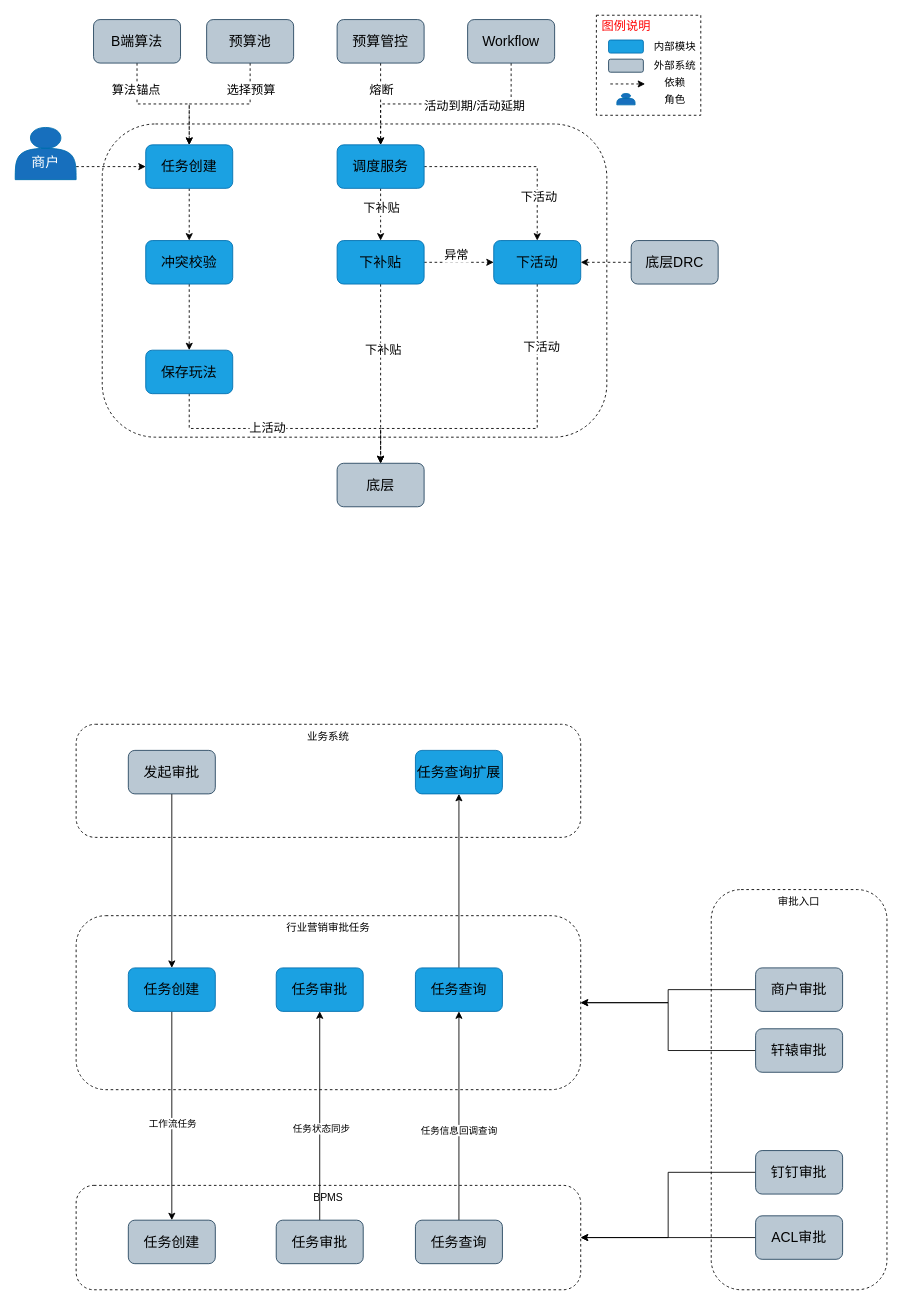
Earlier version of the draw.io diagram page "审批流应用架构" (2 of 4) of 阶梯爆红包架构方案.drawio (jon-kong/draw.io). Source tidied: cells renumbered, new cells numbered last; positions are measured from the earlier drawing's top-left corner, leaving out a move shared by most shapes. Both pictures are drawn from the tidied source at 87%, with x=0, y=0 at pixel (15, 15).
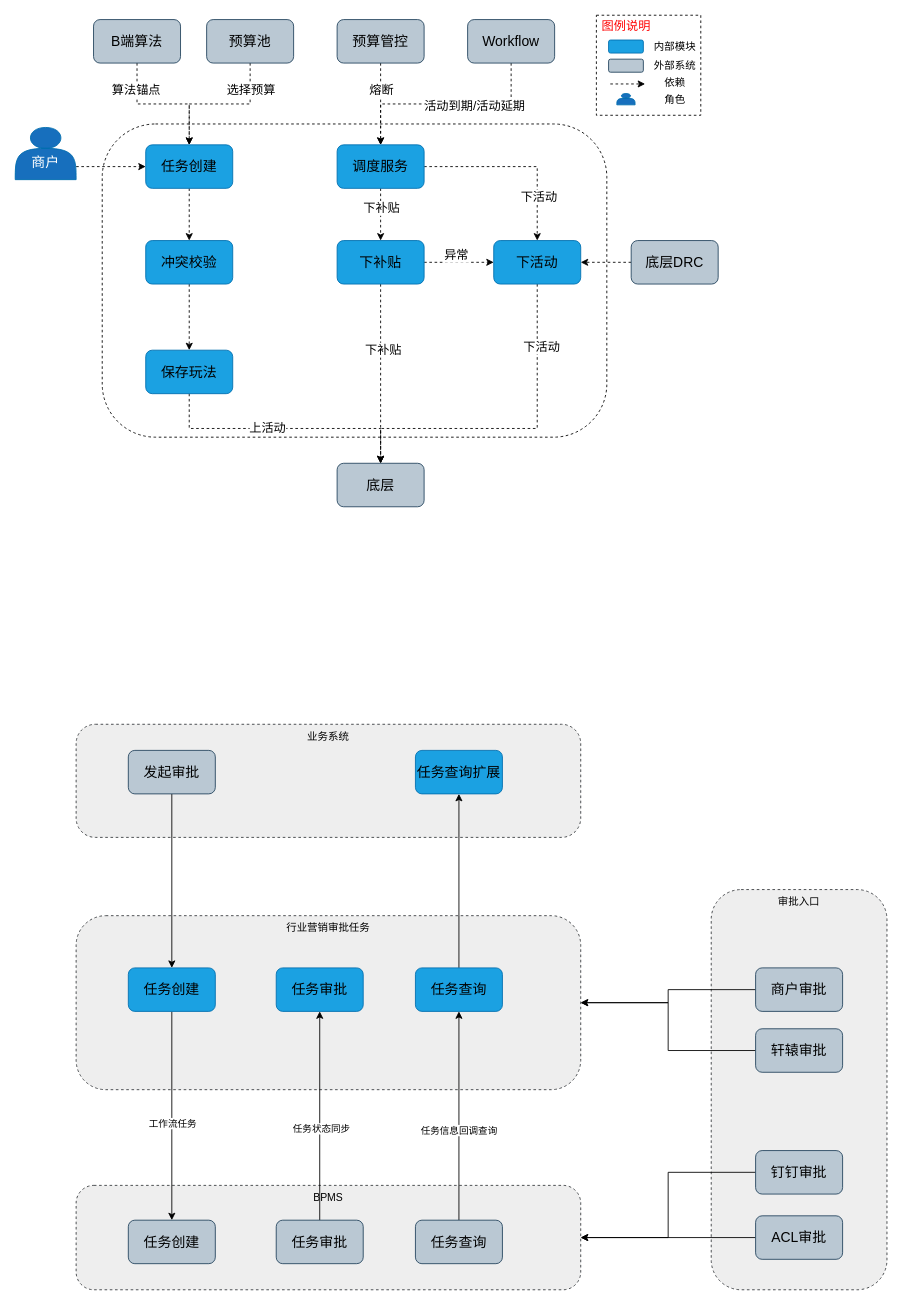
Above is the later version.

Commit message:
更新阶梯爆红包架构方案.drawio

What changed in the source:
```diff
@@
-    <mxCell id="2" value="BPMS" style="rounded=1;whiteSpace=wrap;html=1;dashed=1;arcSize=17;verticalAlign=top;" parent="1" vertex="1">
+    <mxCell id="2" value="BPMS" style="rounded=1;whiteSpace=wrap;html=1;dashed=1;arcSize=17;verticalAlign=top;fillColor=#eeeeee;strokeColor=#36393d;" parent="1" vertex="1">
       <mxGeometry x="70" y="1345" width="580" height="120" as="geometry" />
     </mxCell>
@@
-    <mxCell id="51" value="行业营销审批任务" style="rounded=1;whiteSpace=wrap;html=1;dashed=1;arcSize=17;verticalAlign=top;" parent="1" vertex="1">
+    <mxCell id="51" value="行业营销审批任务" style="rounded=1;whiteSpace=wrap;html=1;dashed=1;arcSize=17;verticalAlign=top;fillColor=#eeeeee;strokeColor=#36393d;" parent="1" vertex="1">
       <mxGeometry x="70" y="1035" width="580" height="200" as="geometry" />
     </mxCell>
@@
-    <mxCell id="56" value="业务系统" style="rounded=1;whiteSpace=wrap;html=1;dashed=1;arcSize=17;verticalAlign=top;" parent="1" vertex="1">
+    <mxCell id="56" value="业务系统" style="rounded=1;whiteSpace=wrap;html=1;dashed=1;arcSize=17;verticalAlign=top;fillColor=#eeeeee;strokeColor=#36393d;" parent="1" vertex="1">
       <mxGeometry x="70" y="815" width="580" height="130" as="geometry" />
     </mxCell>
-    <mxCell id="57" value="审批入口" style="rounded=1;whiteSpace=wrap;html=1;dashed=1;arcSize=17;verticalAlign=top;" parent="1" vertex="1">
+    <mxCell id="57" value="审批入口" style="rounded=1;whiteSpace=wrap;html=1;dashed=1;arcSize=17;verticalAlign=top;fillColor=#eeeeee;strokeColor=#36393d;" parent="1" vertex="1">
       <mxGeometry x="800" y="1005" width="202" height="460" as="geometry" />
     </mxCell>
```
